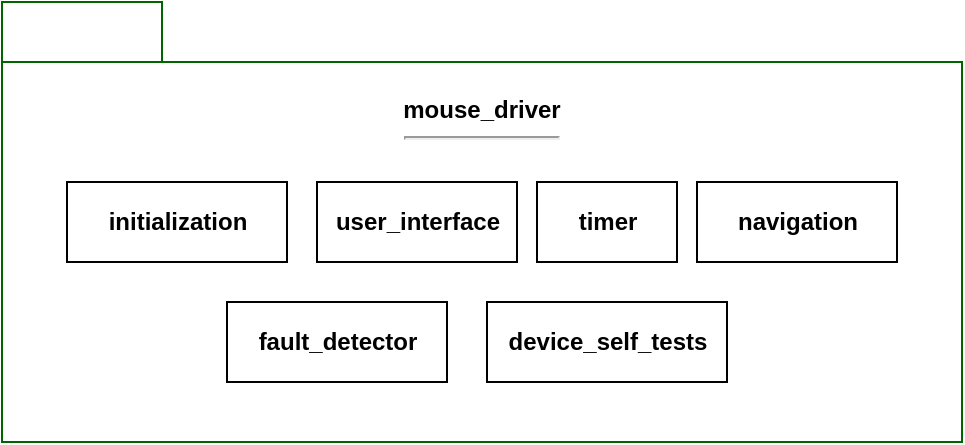
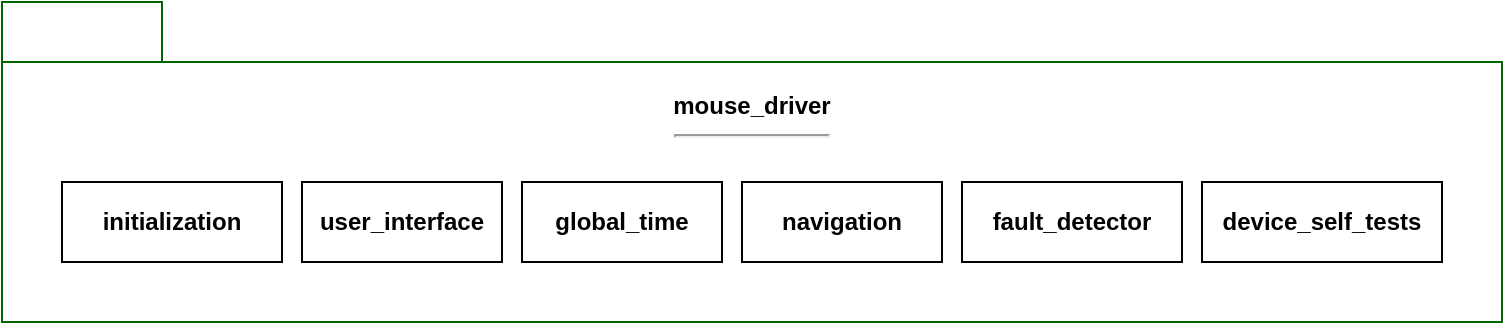
<mxfile host="Electron" agent="Mozilla/5.0 (Windows NT 10.0; Win64; x64) AppleWebKit/537.36 (KHTML, like Gecko) draw.io/29.6.1 Chrome/142.0.7444.265 Electron/39.8.0 Safari/537.36">
  <diagram name="Page-1" id="oKpc1l_Igcs4GMacKgKO">
-     <mxGraphModel dx="1471" dy="894" grid="1" gridSize="10" guides="1" tooltips="1" connect="1" arrows="1" fold="1" page="1" pageScale="1" pageWidth="850" pageHeight="1100" math="0" shadow="0">
+     <mxGraphModel dx="1030" dy="626" grid="1" gridSize="10" guides="1" tooltips="1" connect="1" arrows="1" fold="1" page="1" pageScale="1" pageWidth="850" pageHeight="1100" math="0" shadow="0">
      <root>
        <mxCell id="0" />
        <mxCell id="1" parent="0" />
-         <mxCell id="rvAzbzZg28L-5Bt6jg7m-11" parent="1" style="shape=folder;fontStyle=1;tabWidth=80;tabHeight=30;tabPosition=left;html=1;boundedLbl=1;whiteSpace=wrap;strokeColor=#006600;" value="&lt;div&gt;mouse_driver&lt;/div&gt;&lt;div&gt;&lt;hr&gt;&lt;br&gt;&lt;/div&gt;&lt;div&gt;&lt;br&gt;&lt;/div&gt;&lt;div&gt;&lt;br&gt;&lt;/div&gt;&lt;div&gt;&lt;br&gt;&lt;/div&gt;&lt;div&gt;&lt;br&gt;&lt;/div&gt;&lt;div&gt;&lt;br&gt;&lt;/div&gt;&lt;div&gt;&lt;br&gt;&lt;/div&gt;&lt;div&gt;&lt;br&gt;&lt;/div&gt;&lt;div&gt;&lt;br&gt;&lt;/div&gt;" vertex="1">
-           <mxGeometry height="220" width="480" x="610" y="150" as="geometry" />
+         <mxCell id="rvAzbzZg28L-5Bt6jg7m-11" parent="1" style="shape=folder;fontStyle=1;tabWidth=80;tabHeight=30;tabPosition=left;html=1;boundedLbl=1;whiteSpace=wrap;strokeColor=#006600;" value="&lt;div&gt;mouse_driver&lt;/div&gt;&lt;div&gt;&lt;hr&gt;&lt;br&gt;&lt;/div&gt;&lt;div&gt;&lt;br&gt;&lt;/div&gt;&lt;div&gt;&lt;br&gt;&lt;/div&gt;&lt;div&gt;&lt;br&gt;&lt;/div&gt;&lt;div&gt;&lt;br&gt;&lt;/div&gt;" vertex="1">
+           <mxGeometry height="160" width="750" x="530" y="150" as="geometry" />
        </mxCell>
        <mxCell id="rvAzbzZg28L-5Bt6jg7m-12" parent="1" style="rounded=0;whiteSpace=wrap;html=1;" value="&lt;b&gt;user_interface&lt;/b&gt;" vertex="1">
-           <mxGeometry height="40" width="100" x="767.5" y="240" as="geometry" />
+           <mxGeometry height="40" width="100" x="680" y="240" as="geometry" />
        </mxCell>
-         <mxCell id="rvAzbzZg28L-5Bt6jg7m-13" parent="1" style="rounded=0;whiteSpace=wrap;html=1;" value="&lt;b&gt;timer&lt;/b&gt;" vertex="1">
-           <mxGeometry height="40" width="70" x="877.5" y="240" as="geometry" />
+         <mxCell id="rvAzbzZg28L-5Bt6jg7m-13" parent="1" style="rounded=0;whiteSpace=wrap;html=1;" value="&lt;b&gt;global_time&lt;/b&gt;" vertex="1">
+           <mxGeometry height="40" width="100" x="790" y="240" as="geometry" />
        </mxCell>
        <mxCell id="rvAzbzZg28L-5Bt6jg7m-14" parent="1" style="rounded=0;whiteSpace=wrap;html=1;" value="&lt;b&gt;navigation&lt;/b&gt;" vertex="1">
-           <mxGeometry height="40" width="100" x="957.5" y="240" as="geometry" />
+           <mxGeometry height="40" width="100" x="900" y="240" as="geometry" />
        </mxCell>
        <mxCell id="rvAzbzZg28L-5Bt6jg7m-15" edge="1" parent="1" source="rvAzbzZg28L-5Bt6jg7m-13" style="edgeStyle=orthogonalEdgeStyle;rounded=0;orthogonalLoop=1;jettySize=auto;html=1;exitX=0.5;exitY=1;exitDx=0;exitDy=0;" target="rvAzbzZg28L-5Bt6jg7m-13">
          <mxGeometry relative="1" as="geometry" />
        </mxCell>
        <mxCell id="rvAzbzZg28L-5Bt6jg7m-16" parent="1" style="rounded=0;whiteSpace=wrap;html=1;" value="&lt;b&gt;fault_detector&lt;/b&gt;" vertex="1">
-           <mxGeometry height="40" width="110" x="722.5" y="300" as="geometry" />
+           <mxGeometry height="40" width="110" x="1010" y="240" as="geometry" />
        </mxCell>
        <mxCell id="rvAzbzZg28L-5Bt6jg7m-21" parent="1" style="rounded=0;whiteSpace=wrap;html=1;" value="&lt;b&gt;device_self_tests&lt;/b&gt;" vertex="1">
-           <mxGeometry height="40" width="120" x="852.5" y="300" as="geometry" />
+           <mxGeometry height="40" width="120" x="1130" y="240" as="geometry" />
        </mxCell>
        <mxCell id="DLHzPSG-1twLxb6KIrqh-2" parent="1" style="rounded=0;whiteSpace=wrap;html=1;" value="&lt;b&gt;initialization&lt;/b&gt;" vertex="1">
-           <mxGeometry height="40" width="110" x="642.5" y="240" as="geometry" />
+           <mxGeometry height="40" width="110" x="560" y="240" as="geometry" />
        </mxCell>
      </root>
    </mxGraphModel>
  </diagram>
</mxfile>
